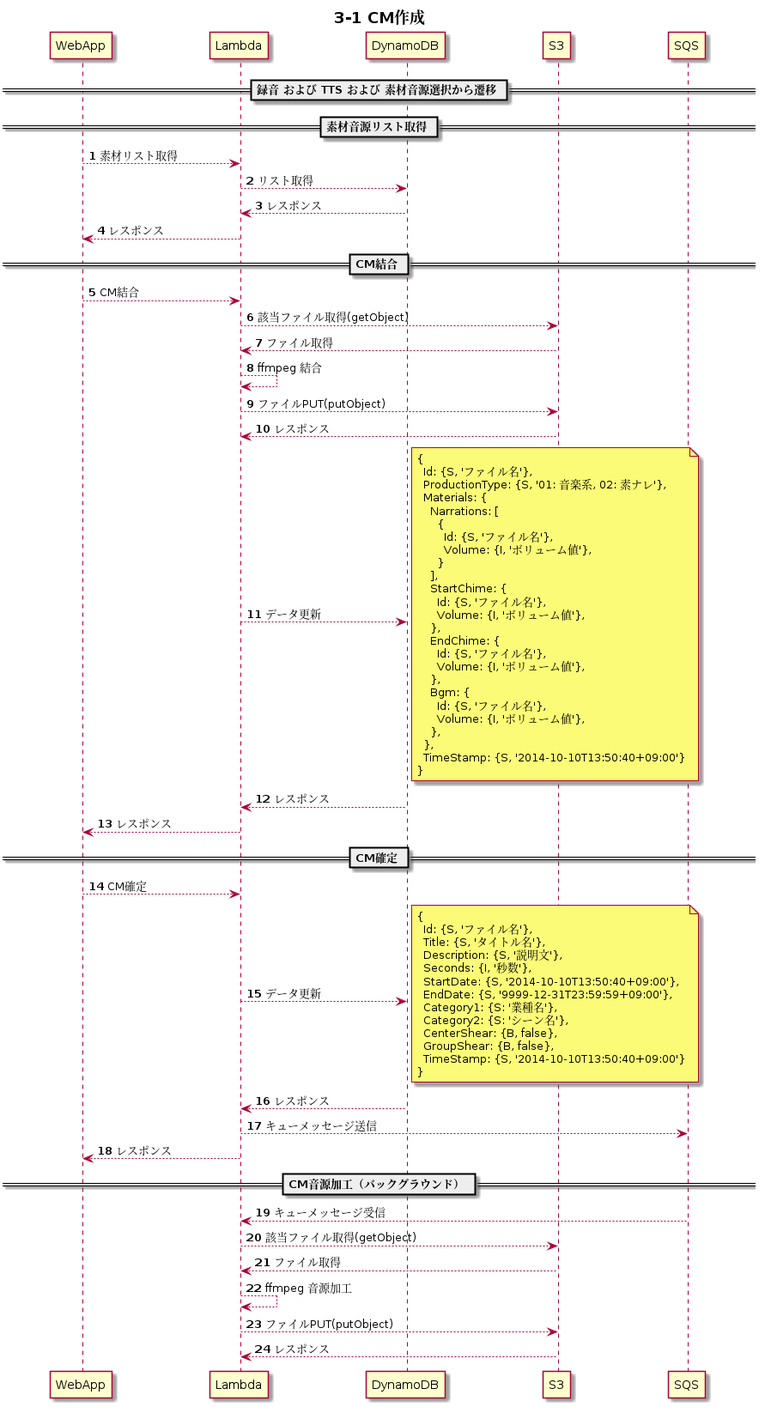
Before: documents/uml/s3-1.png, a diagram exported from PlantUML (y-watanabe-usen/umesse-test).
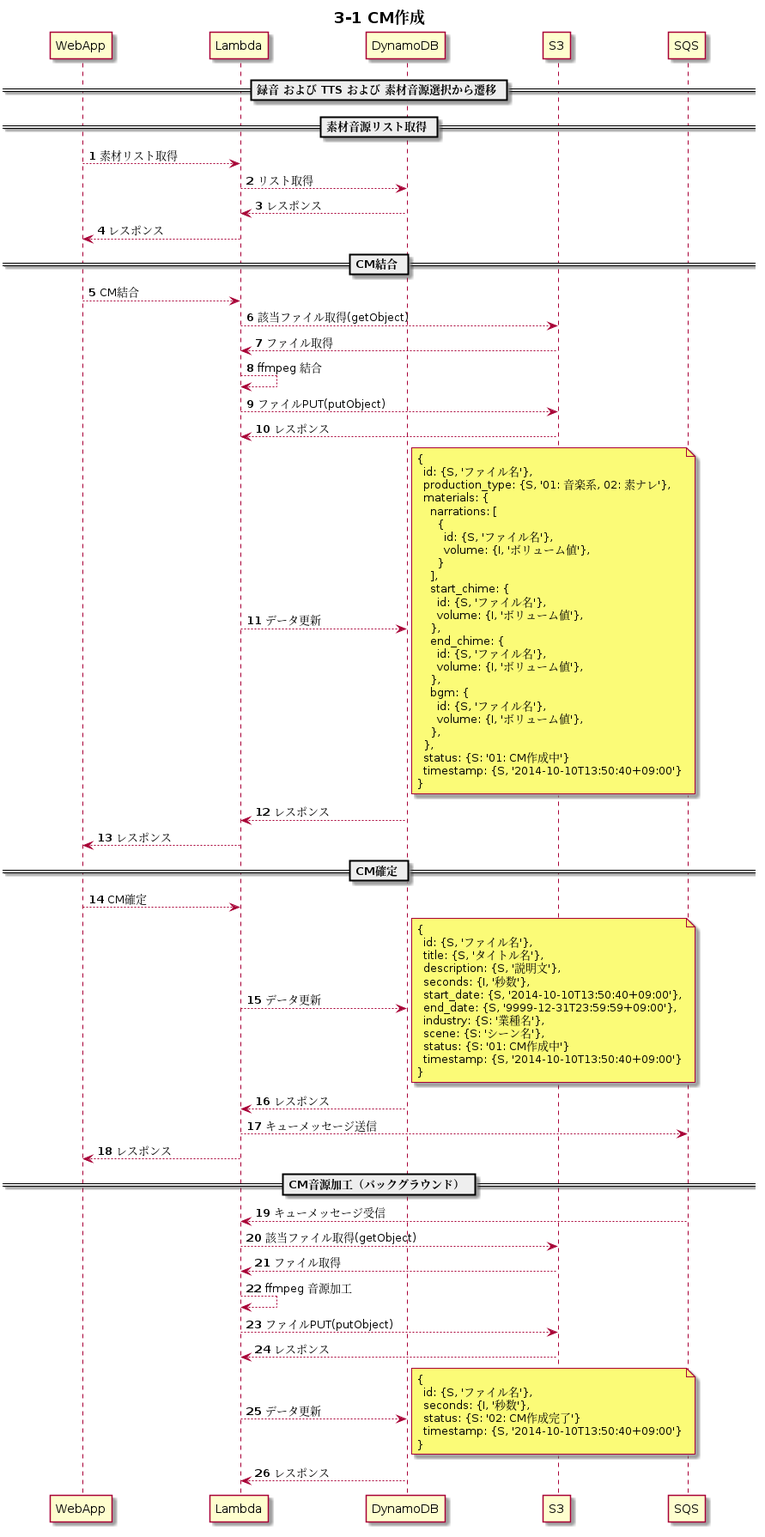
Later version of the same file.

Diff of the diagram source:
```diff
@@ -28,29 +28,30 @@
 Lambda --> DynamoDB: データ更新
 note right
 {
-  Id: {S, 'ファイル名'},
-  ProductionType: {S, '01: 音楽系, 02: 素ナレ'},
-  Materials: {
-    Narrations: [
+  id: {S, 'ファイル名'},
+  production_type: {S, '01: 音楽系, 02: 素ナレ'},
+  materials: {
+    narrations: [
       {
-        Id: {S, 'ファイル名'},
-        Volume: {I, 'ボリューム値'},
+        id: {S, 'ファイル名'},
+        volume: {I, 'ボリューム値'},
       }
     ],
-    StartChime: {
-      Id: {S, 'ファイル名'},
-      Volume: {I, 'ボリューム値'},
+    start_chime: {
+      id: {S, 'ファイル名'},
+      volume: {I, 'ボリューム値'},
     },
-    EndChime: {
-      Id: {S, 'ファイル名'},
-      Volume: {I, 'ボリューム値'},
+    end_chime: {
+      id: {S, 'ファイル名'},
+      volume: {I, 'ボリューム値'},
     },
-    Bgm: {
-      Id: {S, 'ファイル名'},
-      Volume: {I, 'ボリューム値'},
+    bgm: {
+      id: {S, 'ファイル名'},
+      volume: {I, 'ボリューム値'},
     },
   },
-  TimeStamp: {S, '2014-10-10T13:50:40+09:00'}
+  status: {S: '01: CM作成中'}
+  timestamp: {S, '2014-10-10T13:50:40+09:00'}
 }
 end note
 Lambda <-- DynamoDB: レスポンス
@@ -61,17 +62,16 @@
 Lambda --> DynamoDB: データ更新
 note right
 {
-  Id: {S, 'ファイル名'},
-  Title: {S, 'タイトル名'},
-  Description: {S, '説明文'},
-  Seconds: {I, '秒数'},
-  StartDate: {S, '2014-10-10T13:50:40+09:00'},
-  EndDate: {S, '9999-12-31T23:59:59+09:00'},
-  Category1: {S: '業種名'},
-  Category2: {S: 'シーン名'},
-  CenterShear: {B, false},
-  GroupShear: {B, false},
-  TimeStamp: {S, '2014-10-10T13:50:40+09:00'}
+  id: {S, 'ファイル名'},
+  title: {S, 'タイトル名'},
+  description: {S, '説明文'},
+  seconds: {I, '秒数'},
+  start_date: {S, '2014-10-10T13:50:40+09:00'},
+  end_date: {S, '9999-12-31T23:59:59+09:00'},
+  industry: {S: '業種名'},
+  scene: {S: 'シーン名'},
+  status: {S: '01: CM作成中'}
+  timestamp: {S, '2014-10-10T13:50:40+09:00'}
 }
 end note
 Lambda <-- DynamoDB: レスポンス
@@ -85,5 +85,15 @@
 Lambda --> Lambda: ffmpeg 音源加工
 Lambda --> S3: ファイルPUT(putObject)
 Lambda <-- S3: レスポンス
+Lambda --> DynamoDB: データ更新
+note right
+{
+  id: {S, 'ファイル名'},
+  seconds: {I, '秒数'},
+  status: {S: '02: CM作成完了'}
+  timestamp: {S, '2014-10-10T13:50:40+09:00'}
+}
+end note
+Lambda <-- DynamoDB: レスポンス
 
 @enduml
```
